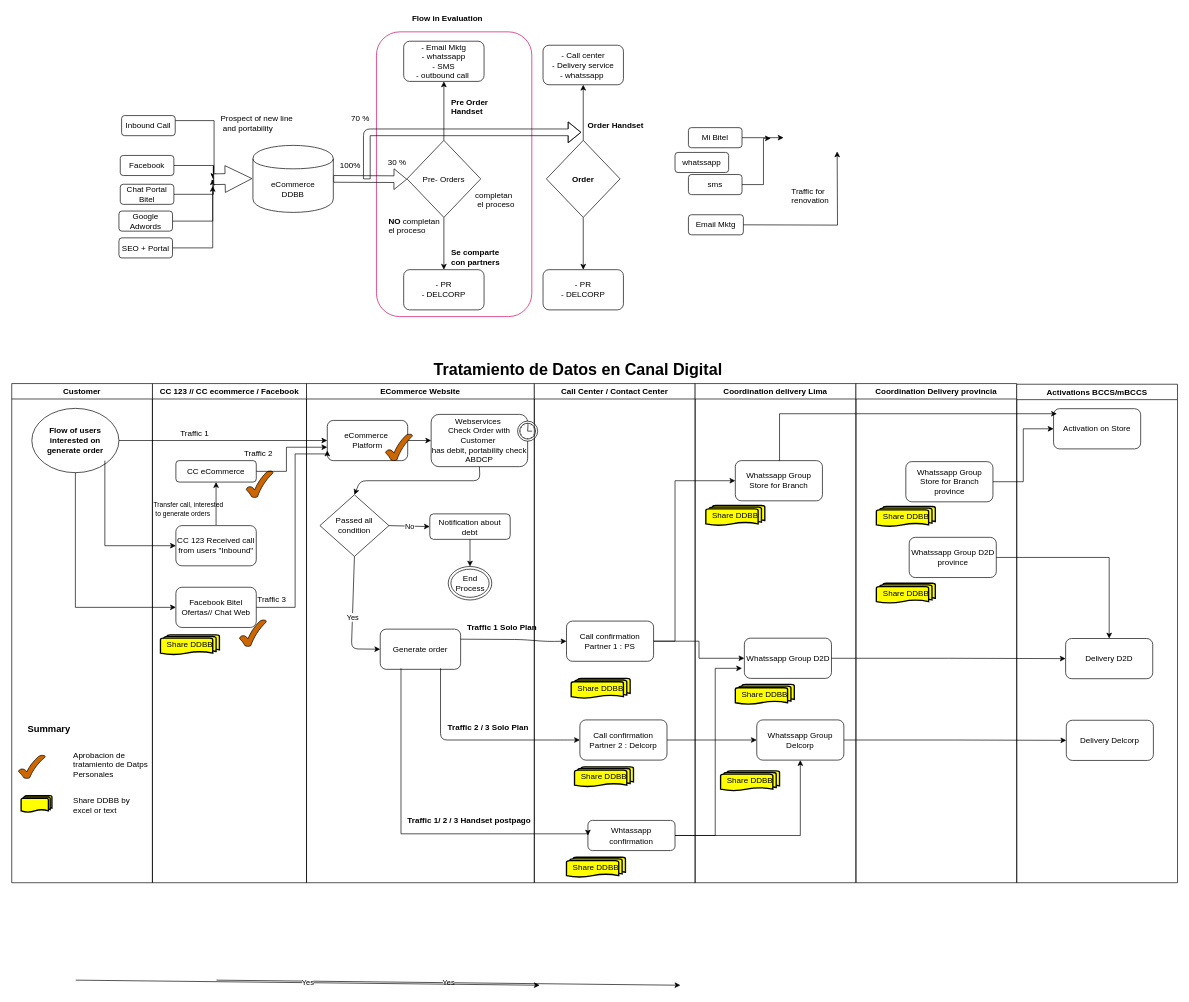
This is Management of Personal Data.drawio from czevallos99/Ecommerce, a draw.io file, before an edit. Source tidied: cells renumbered, new cells numbered last; positions are measured from the earlier drawing's top-left corner, leaving out a move shared by most shapes. Both pictures are drawn from the tidied source at 67%, with x=0, y=0 at pixel (11, 11).
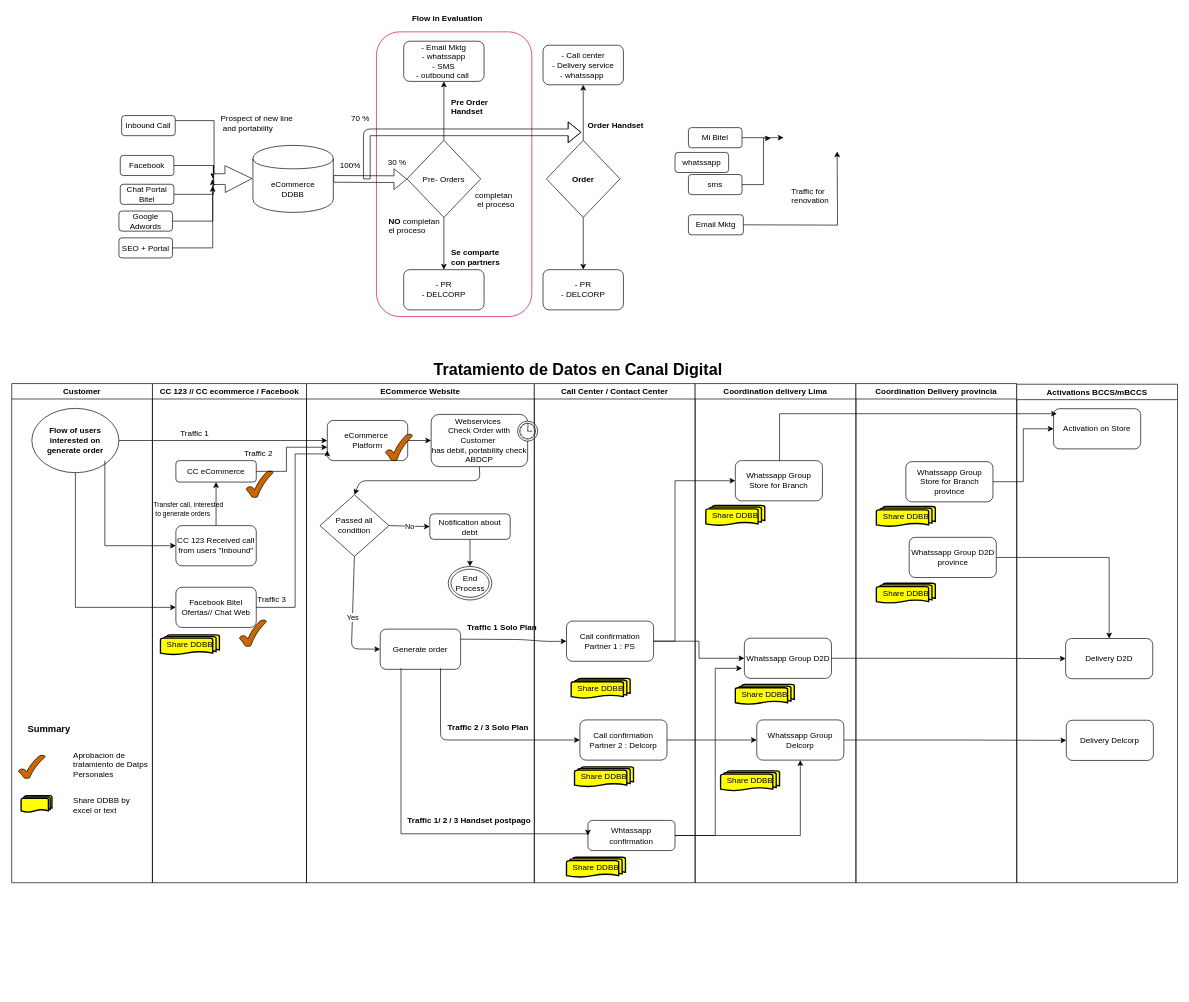
Above is the later version.

Unchanged cells that the change refers to:
```xml
<mxCell id="34" value="CC 123 // CC ecommerce / Facebook" style="swimlane;" parent="1" vertex="1">
  <mxGeometry x="210" y="555" width="230" height="745" as="geometry" />
</mxCell>
<mxCell id="87" value="Customer" style="swimlane;" parent="1" vertex="1">
  <mxGeometry y="555" width="210" height="745" as="geometry" />
</mxCell>
```

Diff of the diagram source:
```diff
@@
-    <mxCell id="35" value="Yes" style="endArrow=classic;html=1;entryX=0.5;entryY=0;exitX=0.5;exitY=1;" parent="34" edge="1">
-      <mxGeometry relative="1" as="geometry">
-        <mxPoint x="95.6" y="890.4" as="sourcePoint" />
-        <mxPoint x="788" y="898" as="targetPoint" />
-      </mxGeometry>
-    </mxCell>
@@
-    <mxCell id="89" value="Yes" style="endArrow=classic;html=1;entryX=0.5;entryY=0;exitX=0.5;exitY=1;" parent="87" edge="1">
-      <mxGeometry relative="1" as="geometry">
-        <mxPoint x="95.6" y="890.4" as="sourcePoint" />
-        <mxPoint x="788" y="898" as="targetPoint" />
-      </mxGeometry>
-    </mxCell>
```
